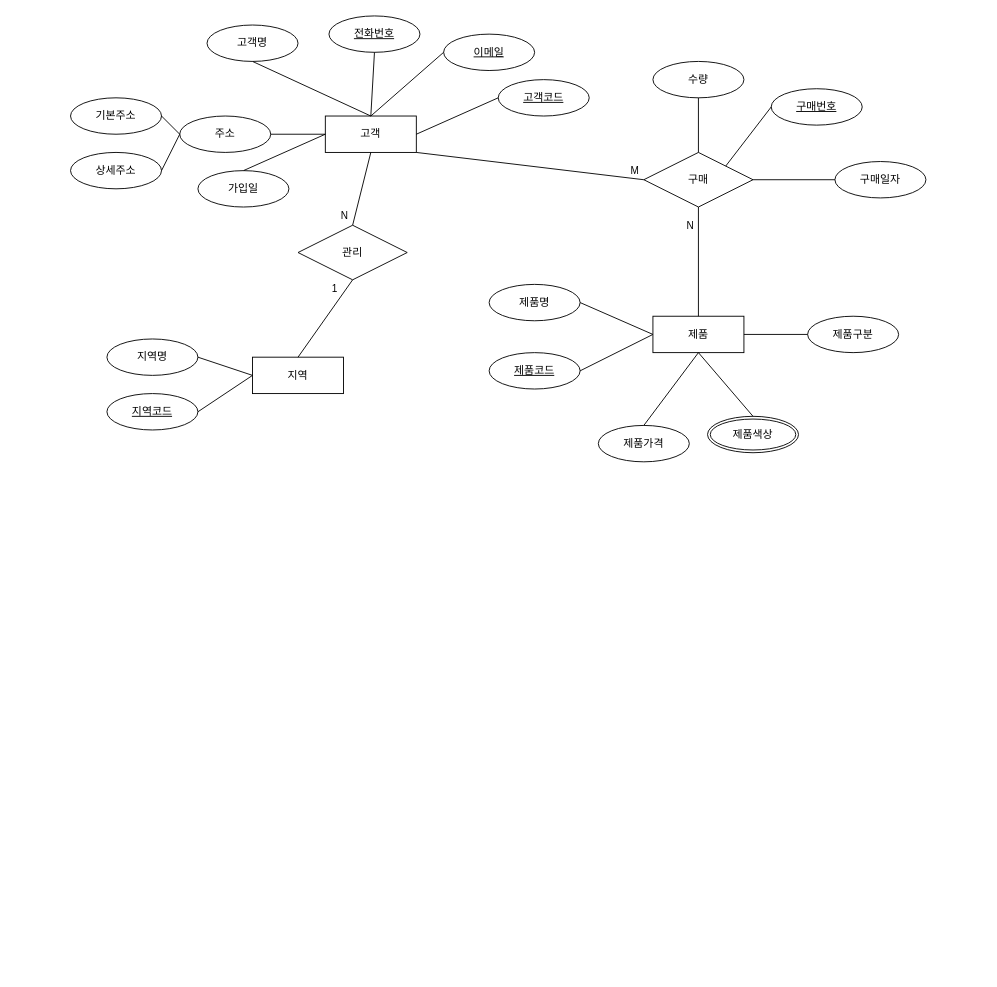
devgreact/til-lecture-erd keeps this draw.io diagram as 제목 없는 다이어그램.drawio. Above is the earlier version. Source tidied: cells renumbered, new cells numbered last; positions are measured from the earlier drawing's top-left corner, leaving out a move shared by most shapes. Both pictures are drawn from the tidied source at 91%, with x=0, y=0 at pixel (70, 15).
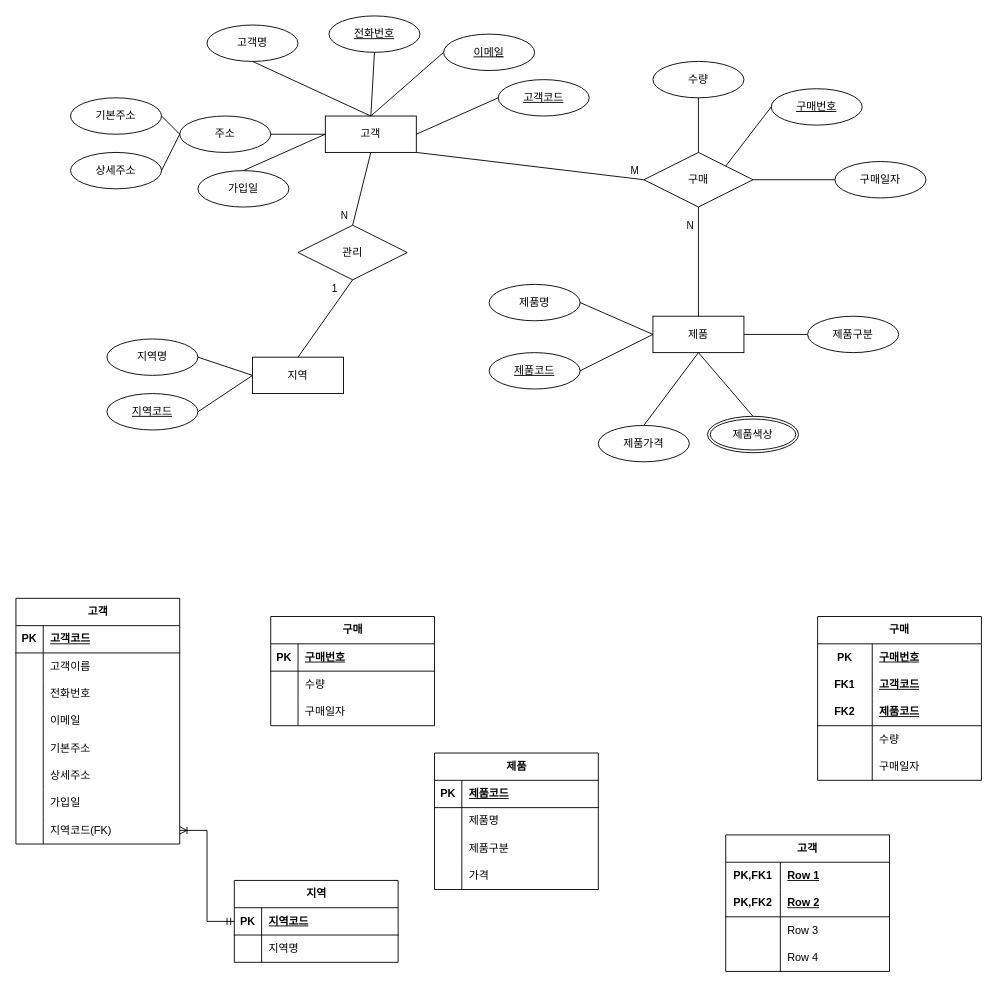
Above is the later version.

Commit message:
제목 없는 다이어그램.drawio 업데이트

What changed in the source:
```diff
@@
+    <mxCell id="51" value="고객" style="shape=table;startSize=30;childLayout=tableLayout;rowLines=0;fontStyle=1;align=center;html=1;" parent="1" vertex="1">
+      <mxGeometry x="-60" y="640" width="180" height="270" as="geometry" />
+    </mxCell>
+    <mxCell id="52" style="shape=tableRow;horizontal=0;startSize=0;swimlaneHead=0;swimlaneBody=0;fillColor=none;top=0;left=0;right=0;bottom=1;" parent="51" vertex="1">
+      <mxGeometry y="30" width="180" height="30" as="geometry" />
+    </mxCell>
+    <mxCell id="53" value="PK" style="shape=partialRectangle;fillColor=none;top=0;left=0;bottom=0;right=0;fontStyle=1;overflow=hidden;whiteSpace=wrap;html=1;" parent="52" vertex="1">
+      <mxGeometry width="30" height="30" as="geometry" />
+    </mxCell>
+    <mxCell id="54" value="고객코드" style="shape=partialRectangle;fillColor=none;top=0;left=0;bottom=0;right=0;align=left;spacingLeft=6;fontStyle=5;overflow=hidden;whiteSpace=wrap;html=1;" parent="52" vertex="1">
+      <mxGeometry x="30" width="150" height="30" as="geometry" />
+    </mxCell>
+    <mxCell id="55" style="shape=tableRow;horizontal=0;startSize=0;swimlaneHead=0;swimlaneBody=0;fillColor=none;top=0;left=0;right=0;bottom=0;" parent="51" vertex="1">
+      <mxGeometry y="60" width="180" height="30" as="geometry" />
+    </mxCell>
+    <mxCell id="56" style="shape=partialRectangle;fillColor=none;top=0;left=0;bottom=0;right=0;overflow=hidden;whiteSpace=wrap;html=1;" parent="55" vertex="1">
+      <mxGeometry width="30" height="30" as="geometry" />
+    </mxCell>
+    <mxCell id="57" value="고객이름" style="shape=partialRectangle;fillColor=none;top=0;left=0;bottom=0;right=0;align=left;spacingLeft=6;overflow=hidden;whiteSpace=wrap;html=1;" parent="55" vertex="1">
+      <mxGeometry x="30" width="150" height="30" as="geometry" />
+    </mxCell>
+    <mxCell id="58" style="shape=tableRow;horizontal=0;startSize=0;swimlaneHead=0;swimlaneBody=0;fillColor=none;top=0;left=0;right=0;bottom=0;" parent="51" vertex="1">
+      <mxGeometry y="90" width="180" height="30" as="geometry" />
+    </mxCell>
+    <mxCell id="59" style="shape=partialRectangle;fillColor=none;top=0;left=0;bottom=0;right=0;overflow=hidden;whiteSpace=wrap;html=1;" parent="58" vertex="1">
+      <mxGeometry width="30" height="30" as="geometry" />
+    </mxCell>
+    <mxCell id="60" value="전화번호" style="shape=partialRectangle;fillColor=none;top=0;left=0;bottom=0;right=0;align=left;spacingLeft=6;overflow=hidden;whiteSpace=wrap;html=1;" parent="58" vertex="1">
+      <mxGeometry x="30" width="150" height="30" as="geometry" />
+    </mxCell>
+    <mxCell id="61" style="shape=tableRow;horizontal=0;startSize=0;swimlaneHead=0;swimlaneBody=0;fillColor=none;top=0;left=0;right=0;bottom=0;" parent="51" vertex="1">
+      <mxGeometry y="120" width="180" height="30" as="geometry" />
+    </mxCell>
+    <mxCell id="62" style="shape=partialRectangle;fillColor=none;top=0;left=0;bottom=0;right=0;overflow=hidden;whiteSpace=wrap;html=1;" parent="61" vertex="1">
+      <mxGeometry width="30" height="30" as="geometry" />
+    </mxCell>
+    <mxCell id="63" value="이메일" style="shape=partialRectangle;fillColor=none;top=0;left=0;bottom=0;right=0;align=left;spacingLeft=6;overflow=hidden;whiteSpace=wrap;html=1;" parent="61" vertex="1">
+      <mxGeometry x="30" width="150" height="30" as="geometry" />
+    </mxCell>
+    <mxCell id="64" style="shape=tableRow;horizontal=0;startSize=0;swimlaneHead=0;swimlaneBody=0;fillColor=none;top=0;left=0;right=0;bottom=0;" parent="51" vertex="1">
+      <mxGeometry y="150" width="180" height="30" as="geometry" />
+    </mxCell>
+    <mxCell id="65" style="shape=partialRectangle;fillColor=none;top=0;left=0;bottom=0;right=0;overflow=hidden;whiteSpace=wrap;html=1;" parent="64" vertex="1">
+      <mxGeometry width="30" height="30" as="geometry" />
+    </mxCell>
+    <mxCell id="66" value="기본주소" style="shape=partialRectangle;fillColor=none;top=0;left=0;bottom=0;right=0;align=left;spacingLeft=6;overflow=hidden;whiteSpace=wrap;html=1;" parent="64" vertex="1">
+      <mxGeometry x="30" width="150" height="30" as="geometry" />
+    </mxCell>
+    <mxCell id="67" style="shape=tableRow;horizontal=0;startSize=0;swimlaneHead=0;swimlaneBody=0;fillColor=none;top=0;left=0;right=0;bottom=0;" parent="51" vertex="1">
+      <mxGeometry y="180" width="180" height="30" as="geometry" />
+    </mxCell>
+    <mxCell id="68" style="shape=partialRectangle;fillColor=none;top=0;left=0;bottom=0;right=0;overflow=hidden;whiteSpace=wrap;html=1;" parent="67" vertex="1">
+      <mxGeometry width="30" height="30" as="geometry" />
+    </mxCell>
+    <mxCell id="69" value="상세주소" style="shape=partialRectangle;fillColor=none;top=0;left=0;bottom=0;right=0;align=left;spacingLeft=6;overflow=hidden;whiteSpace=wrap;html=1;" parent="67" vertex="1">
+      <mxGeometry x="30" width="150" height="30" as="geometry" />
+    </mxCell>
+    <mxCell id="70" style="shape=tableRow;horizontal=0;startSize=0;swimlaneHead=0;swimlaneBody=0;fillColor=none;top=0;left=0;right=0;bottom=0;" parent="51" vertex="1">
+      <mxGeometry y="210" width="180" height="30" as="geometry" />
+    </mxCell>
+    <mxCell id="71" style="shape=partialRectangle;fillColor=none;top=0;left=0;bottom=0;right=0;overflow=hidden;whiteSpace=wrap;html=1;" parent="70" vertex="1">
+      <mxGeometry width="30" height="30" as="geometry" />
+    </mxCell>
+    <mxCell id="72" value="가입일" style="shape=partialRectangle;fillColor=none;top=0;left=0;bottom=0;right=0;align=left;spacingLeft=6;overflow=hidden;whiteSpace=wrap;html=1;" parent="70" vertex="1">
+      <mxGeometry x="30" width="150" height="30" as="geometry" />
+    </mxCell>
+    <mxCell id="73" style="shape=tableRow;horizontal=0;startSize=0;swimlaneHead=0;swimlaneBody=0;fillColor=none;points=[[0,0.5],[1,0.5]];portConstraint=eastwest;top=0;left=0;right=0;bottom=0;" parent="51" vertex="1">
+      <mxGeometry y="240" width="180" height="30" as="geometry" />
+    </mxCell>
+    <mxCell id="74" style="shape=partialRectangle;fillColor=none;top=0;left=0;bottom=0;right=0;overflow=hidden;whiteSpace=wrap;html=1;" parent="73" vertex="1">
+      <mxGeometry width="30" height="30" as="geometry" />
+    </mxCell>
+    <mxCell id="75" value="지역코드(FK)" style="shape=partialRectangle;fillColor=none;top=0;left=0;bottom=0;right=0;align=left;spacingLeft=6;overflow=hidden;whiteSpace=wrap;html=1;" parent="73" vertex="1">
+      <mxGeometry x="30" width="150" height="30" as="geometry" />
+    </mxCell>
+    <mxCell id="76" value="지역" style="shape=table;startSize=30;childLayout=tableLayout;rowLines=0;fontStyle=1;align=center;html=1;" parent="1" vertex="1">
+      <mxGeometry x="180" y="950" width="180" height="90" as="geometry" />
+    </mxCell>
+    <mxCell id="77" style="shape=tableRow;horizontal=0;startSize=0;swimlaneHead=0;swimlaneBody=0;fillColor=none;points=[[0,0.5],[1,0.5]];portConstraint=eastwest;top=0;left=0;right=0;bottom=1;" parent="76" vertex="1">
+      <mxGeometry y="30" width="180" height="30" as="geometry" />
+    </mxCell>
+    <mxCell id="78" value="PK" style="shape=partialRectangle;fillColor=none;top=0;left=0;bottom=0;right=0;fontStyle=1;overflow=hidden;whiteSpace=wrap;html=1;" parent="77" vertex="1">
+      <mxGeometry width="30" height="30" as="geometry" />
+    </mxCell>
+    <mxCell id="79" value="지역코드" style="shape=partialRectangle;fillColor=none;top=0;left=0;bottom=0;right=0;align=left;spacingLeft=6;fontStyle=5;overflow=hidden;whiteSpace=wrap;html=1;" parent="77" vertex="1">
+      <mxGeometry x="30" width="150" height="30" as="geometry" />
+    </mxCell>
+    <mxCell id="80" style="shape=tableRow;horizontal=0;startSize=0;swimlaneHead=0;swimlaneBody=0;fillColor=none;top=0;left=0;right=0;bottom=0;" parent="76" vertex="1">
+      <mxGeometry y="60" width="180" height="30" as="geometry" />
+    </mxCell>
+    <mxCell id="81" style="shape=partialRectangle;fillColor=none;top=0;left=0;bottom=0;right=0;overflow=hidden;whiteSpace=wrap;html=1;" parent="80" vertex="1">
+      <mxGeometry width="30" height="30" as="geometry" />
+    </mxCell>
+    <mxCell id="82" value="지역명" style="shape=partialRectangle;fillColor=none;top=0;left=0;bottom=0;right=0;align=left;spacingLeft=6;overflow=hidden;whiteSpace=wrap;html=1;" parent="80" vertex="1">
+      <mxGeometry x="30" width="150" height="30" as="geometry" />
+    </mxCell>
+    <mxCell id="83" value="구매" style="shape=table;startSize=30;childLayout=tableLayout;rowLines=0;fontStyle=1;align=center;html=1;" parent="1" vertex="1">
+      <mxGeometry x="220" y="660" width="180" height="120" as="geometry" />
+    </mxCell>
+    <mxCell id="84" style="shape=tableRow;horizontal=0;startSize=0;swimlaneHead=0;swimlaneBody=0;fillColor=none;top=0;left=0;right=0;bottom=1;" parent="83" vertex="1">
+      <mxGeometry y="30" width="180" height="30" as="geometry" />
+    </mxCell>
+    <mxCell id="85" value="PK" style="shape=partialRectangle;fillColor=none;top=0;left=0;bottom=0;right=0;fontStyle=1;overflow=hidden;whiteSpace=wrap;html=1;" parent="84" vertex="1">
+      <mxGeometry width="30" height="30" as="geometry" />
+    </mxCell>
+    <mxCell id="86" value="구매번호" style="shape=partialRectangle;fillColor=none;top=0;left=0;bottom=0;right=0;align=left;spacingLeft=6;fontStyle=5;overflow=hidden;whiteSpace=wrap;html=1;" parent="84" vertex="1">
+      <mxGeometry x="30" width="150" height="30" as="geometry" />
+    </mxCell>
+    <mxCell id="87" style="shape=tableRow;horizontal=0;startSize=0;swimlaneHead=0;swimlaneBody=0;fillColor=none;top=0;left=0;right=0;bottom=0;" parent="83" vertex="1">
+      <mxGeometry y="60" width="180" height="30" as="geometry" />
+    </mxCell>
+    <mxCell id="88" style="shape=partialRectangle;fillColor=none;top=0;left=0;bottom=0;right=0;overflow=hidden;whiteSpace=wrap;html=1;" parent="87" vertex="1">
+      <mxGeometry width="30" height="30" as="geometry" />
+    </mxCell>
+    <mxCell id="89" value="수량" style="shape=partialRectangle;fillColor=none;top=0;left=0;bottom=0;right=0;align=left;spacingLeft=6;overflow=hidden;whiteSpace=wrap;html=1;" parent="87" vertex="1">
+      <mxGeometry x="30" width="150" height="30" as="geometry" />
+    </mxCell>
+    <mxCell id="90" style="shape=tableRow;horizontal=0;startSize=0;swimlaneHead=0;swimlaneBody=0;fillColor=none;top=0;left=0;right=0;bottom=0;" parent="83" vertex="1">
+      <mxGeometry y="90" width="180" height="30" as="geometry" />
+    </mxCell>
+    <mxCell id="91" style="shape=partialRectangle;fillColor=none;top=0;left=0;bottom=0;right=0;overflow=hidden;whiteSpace=wrap;html=1;" parent="90" vertex="1">
+      <mxGeometry width="30" height="30" as="geometry" />
+    </mxCell>
+    <mxCell id="92" value="구매일자" style="shape=partialRectangle;fillColor=none;top=0;left=0;bottom=0;right=0;align=left;spacingLeft=6;overflow=hidden;whiteSpace=wrap;html=1;" parent="90" vertex="1">
+      <mxGeometry x="30" width="150" height="30" as="geometry" />
+    </mxCell>
+    <mxCell id="93" value="제품" style="shape=table;startSize=30;childLayout=tableLayout;rowLines=0;fontStyle=1;align=center;html=1;" parent="1" vertex="1">
+      <mxGeometry x="400" y="810" width="180" height="150" as="geometry" />
+    </mxCell>
+    <mxCell id="94" style="shape=tableRow;horizontal=0;startSize=0;swimlaneHead=0;swimlaneBody=0;fillColor=none;top=0;left=0;right=0;bottom=1;" parent="93" vertex="1">
+      <mxGeometry y="30" width="180" height="30" as="geometry" />
+    </mxCell>
+    <mxCell id="95" value="PK" style="shape=partialRectangle;fillColor=none;top=0;left=0;bottom=0;right=0;fontStyle=1;overflow=hidden;whiteSpace=wrap;html=1;" parent="94" vertex="1">
+      <mxGeometry width="30" height="30" as="geometry" />
+    </mxCell>
+    <mxCell id="96" value="제품코드" style="shape=partialRectangle;fillColor=none;top=0;left=0;bottom=0;right=0;align=left;spacingLeft=6;fontStyle=5;overflow=hidden;whiteSpace=wrap;html=1;" parent="94" vertex="1">
+      <mxGeometry x="30" width="150" height="30" as="geometry" />
+    </mxCell>
+    <mxCell id="97" style="shape=tableRow;horizontal=0;startSize=0;swimlaneHead=0;swimlaneBody=0;fillColor=none;top=0;left=0;right=0;bottom=0;" parent="93" vertex="1">
+      <mxGeometry y="60" width="180" height="30" as="geometry" />
+    </mxCell>
+    <mxCell id="98" style="shape=partialRectangle;fillColor=none;top=0;left=0;bottom=0;right=0;overflow=hidden;whiteSpace=wrap;html=1;" parent="97" vertex="1">
+      <mxGeometry width="30" height="30" as="geometry" />
+    </mxCell>
+    <mxCell id="99" value="제품명" style="shape=partialRectangle;fillColor=none;top=0;left=0;bottom=0;right=0;align=left;spacingLeft=6;overflow=hidden;whiteSpace=wrap;html=1;" parent="97" vertex="1">
+      <mxGeometry x="30" width="150" height="30" as="geometry" />
+    </mxCell>
+    <mxCell id="100" style="shape=tableRow;horizontal=0;startSize=0;swimlaneHead=0;swimlaneBody=0;fillColor=none;top=0;left=0;right=0;bottom=0;" parent="93" vertex="1">
+      <mxGeometry y="90" width="180" height="30" as="geometry" />
+    </mxCell>
+    <mxCell id="101" style="shape=partialRectangle;fillColor=none;top=0;left=0;bottom=0;right=0;overflow=hidden;whiteSpace=wrap;html=1;" parent="100" vertex="1">
+      <mxGeometry width="30" height="30" as="geometry" />
+    </mxCell>
+    <mxCell id="102" value="제품구분" style="shape=partialRectangle;fillColor=none;top=0;left=0;bottom=0;right=0;align=left;spacingLeft=6;overflow=hidden;whiteSpace=wrap;html=1;" parent="100" vertex="1">
+      <mxGeometry x="30" width="150" height="30" as="geometry" />
+    </mxCell>
+    <mxCell id="103" style="shape=tableRow;horizontal=0;startSize=0;swimlaneHead=0;swimlaneBody=0;fillColor=none;top=0;left=0;right=0;bottom=0;" parent="93" vertex="1">
+      <mxGeometry y="120" width="180" height="30" as="geometry" />
+    </mxCell>
+    <mxCell id="104" style="shape=partialRectangle;fillColor=none;top=0;left=0;bottom=0;right=0;overflow=hidden;whiteSpace=wrap;html=1;" parent="103" vertex="1">
+      <mxGeometry width="30" height="30" as="geometry" />
+    </mxCell>
+    <mxCell id="105" value="가격" style="shape=partialRectangle;fillColor=none;top=0;left=0;bottom=0;right=0;align=left;spacingLeft=6;overflow=hidden;whiteSpace=wrap;html=1;" parent="103" vertex="1">
+      <mxGeometry x="30" width="150" height="30" as="geometry" />
+    </mxCell>
+    <mxCell id="106" style="edgeStyle=entityRelationEdgeStyle;fontSize=12;html=1;endArrow=ERoneToMany;startArrow=ERmandOne;rounded=0;exitX=0;exitY=0.5;exitDx=0;exitDy=0;entryX=1;entryY=0.5;entryDx=0;entryDy=0;" parent="1" edge="1" source="77" target="73">
+      <mxGeometry relative="1" as="geometry" />
+    </mxCell>
+    <mxCell id="107" value="구매" style="shape=table;startSize=30;childLayout=tableLayout;rowLines=0;fontStyle=1;align=center;html=1;whiteSpace=wrap;" parent="1" vertex="1">
+      <mxGeometry x="821" y="660" width="180" height="180" as="geometry" />
+    </mxCell>
+    <mxCell id="108" style="shape=tableRow;horizontal=0;startSize=0;swimlaneHead=0;swimlaneBody=0;fillColor=none;top=0;left=0;right=0;bottom=0;html=1;" parent="107" vertex="1">
+      <mxGeometry y="30" width="180" height="30" as="geometry" />
+    </mxCell>
+    <mxCell id="109" value="PK" style="shape=partialRectangle;fillColor=none;top=0;left=0;bottom=0;right=0;fontStyle=1;overflow=hidden;html=1;whiteSpace=wrap;" parent="108" vertex="1">
+      <mxGeometry width="60" height="30" as="geometry" />
+    </mxCell>
+    <mxCell id="110" value="구매번호" style="shape=partialRectangle;fillColor=none;top=0;left=0;bottom=0;right=0;align=left;spacingLeft=6;fontStyle=5;overflow=hidden;html=1;whiteSpace=wrap;" parent="108" vertex="1">
+      <mxGeometry x="60" width="120" height="30" as="geometry" />
+    </mxCell>
+    <mxCell id="111" style="shape=tableRow;horizontal=0;startSize=0;swimlaneHead=0;swimlaneBody=0;fillColor=none;top=0;left=0;right=0;bottom=0;html=1;" parent="107" vertex="1">
+      <mxGeometry y="60" width="180" height="30" as="geometry" />
+    </mxCell>
+    <mxCell id="112" value="FK1" style="shape=partialRectangle;fillColor=none;top=0;left=0;bottom=0;right=0;fontStyle=1;overflow=hidden;html=1;whiteSpace=wrap;" parent="111" vertex="1">
+      <mxGeometry width="60" height="30" as="geometry" />
+    </mxCell>
+    <mxCell id="113" value="고객코드" style="shape=partialRectangle;fillColor=none;top=0;left=0;bottom=0;right=0;align=left;spacingLeft=6;fontStyle=5;overflow=hidden;html=1;whiteSpace=wrap;" parent="111" vertex="1">
+      <mxGeometry x="60" width="120" height="30" as="geometry" />
+    </mxCell>
+    <mxCell id="114" style="shape=tableRow;horizontal=0;startSize=0;swimlaneHead=0;swimlaneBody=0;fillColor=none;top=0;left=0;right=0;bottom=1;html=1;" parent="107" vertex="1">
+      <mxGeometry y="90" width="180" height="30" as="geometry" />
+    </mxCell>
+    <mxCell id="115" value="FK2" style="shape=partialRectangle;fillColor=none;top=0;left=0;bottom=0;right=0;fontStyle=1;overflow=hidden;html=1;whiteSpace=wrap;" parent="114" vertex="1">
+      <mxGeometry width="60" height="30" as="geometry" />
+    </mxCell>
+    <mxCell id="116" value="제품코드" style="shape=partialRectangle;fillColor=none;top=0;left=0;bottom=0;right=0;align=left;spacingLeft=6;fontStyle=5;overflow=hidden;html=1;whiteSpace=wrap;" parent="114" vertex="1">
+      <mxGeometry x="60" width="120" height="30" as="geometry" />
+    </mxCell>
+    <mxCell id="117" style="shape=tableRow;horizontal=0;startSize=0;swimlaneHead=0;swimlaneBody=0;fillColor=none;top=0;left=0;right=0;bottom=0;html=1;" parent="107" vertex="1">
+      <mxGeometry y="120" width="180" height="30" as="geometry" />
+    </mxCell>
+    <mxCell id="118" style="shape=partialRectangle;fillColor=none;top=0;left=0;bottom=0;right=0;overflow=hidden;html=1;whiteSpace=wrap;" parent="117" vertex="1">
+      <mxGeometry width="60" height="30" as="geometry" />
+    </mxCell>
+    <mxCell id="119" value="수량" style="shape=partialRectangle;fillColor=none;top=0;left=0;bottom=0;right=0;align=left;spacingLeft=6;overflow=hidden;html=1;whiteSpace=wrap;" parent="117" vertex="1">
+      <mxGeometry x="60" width="120" height="30" as="geometry" />
+    </mxCell>
+    <mxCell id="120" style="shape=tableRow;horizontal=0;startSize=0;swimlaneHead=0;swimlaneBody=0;fillColor=none;top=0;left=0;right=0;bottom=0;html=1;" parent="107" vertex="1">
+      <mxGeometry y="150" width="180" height="30" as="geometry" />
+    </mxCell>
+    <mxCell id="121" style="shape=partialRectangle;fillColor=none;top=0;left=0;bottom=0;right=0;overflow=hidden;html=1;whiteSpace=wrap;" parent="120" vertex="1">
+      <mxGeometry width="60" height="30" as="geometry" />
+    </mxCell>
+    <mxCell id="122" value="구매일자" style="shape=partialRectangle;fillColor=none;top=0;left=0;bottom=0;right=0;align=left;spacingLeft=6;overflow=hidden;html=1;whiteSpace=wrap;" parent="120" vertex="1">
+      <mxGeometry x="60" width="120" height="30" as="geometry" />
+    </mxCell>
+    <mxCell id="123" value="고객" style="shape=table;startSize=30;childLayout=tableLayout;rowLines=0;fontStyle=1;align=center;html=1;whiteSpace=wrap;" parent="1" vertex="1">
+      <mxGeometry x="720" y="900" width="180" height="150" as="geometry" />
+    </mxCell>
+    <mxCell id="124" style="shape=tableRow;horizontal=0;startSize=0;swimlaneHead=0;swimlaneBody=0;fillColor=none;top=0;left=0;right=0;bottom=0;html=1;" parent="123" vertex="1">
+      <mxGeometry y="30" width="180" height="30" as="geometry" />
+    </mxCell>
+    <mxCell id="125" value="PK,FK1" style="shape=partialRectangle;fillColor=none;top=0;left=0;bottom=0;right=0;fontStyle=1;overflow=hidden;html=1;whiteSpace=wrap;" parent="124" vertex="1">
+      <mxGeometry width="60" height="30" as="geometry" />
+    </mxCell>
+    <mxCell id="126" value="Row 1" style="shape=partialRectangle;fillColor=none;top=0;left=0;bottom=0;right=0;align=left;spacingLeft=6;fontStyle=5;overflow=hidden;html=1;whiteSpace=wrap;" parent="124" vertex="1">
+      <mxGeometry x="60" width="120" height="30" as="geometry" />
+    </mxCell>
+    <mxCell id="127" style="shape=tableRow;horizontal=0;startSize=0;swimlaneHead=0;swimlaneBody=0;fillColor=none;top=0;left=0;right=0;bottom=1;html=1;" parent="123" vertex="1">
+      <mxGeometry y="60" width="180" height="30" as="geometry" />
+    </mxCell>
+    <mxCell id="128" value="PK,FK2" style="shape=partialRectangle;fillColor=none;top=0;left=0;bottom=0;right=0;fontStyle=1;overflow=hidden;html=1;whiteSpace=wrap;" parent="127" vertex="1">
+      <mxGeometry width="60" height="30" as="geometry" />
+    </mxCell>
+    <mxCell id="129" value="Row 2" style="shape=partialRectangle;fillColor=none;top=0;left=0;bottom=0;right=0;align=left;spacingLeft=6;fontStyle=5;overflow=hidden;html=1;whiteSpace=wrap;" parent="127" vertex="1">
+      <mxGeometry x="60" width="120" height="30" as="geometry" />
+    </mxCell>
+    <mxCell id="130" style="shape=tableRow;horizontal=0;startSize=0;swimlaneHead=0;swimlaneBody=0;fillColor=none;top=0;left=0;right=0;bottom=0;html=1;" parent="123" vertex="1">
+      <mxGeometry y="90" width="180" height="30" as="geometry" />
+    </mxCell>
+    <mxCell id="131" style="shape=partialRectangle;fillColor=none;top=0;left=0;bottom=0;right=0;overflow=hidden;html=1;whiteSpace=wrap;" parent="130" vertex="1">
+      <mxGeometry width="60" height="30" as="geometry" />
+    </mxCell>
+    <mxCell id="132" value="Row 3" style="shape=partialRectangle;fillColor=none;top=0;left=0;bottom=0;right=0;align=left;spacingLeft=6;overflow=hidden;html=1;whiteSpace=wrap;" parent="130" vertex="1">
+      <mxGeometry x="60" width="120" height="30" as="geometry" />
+    </mxCell>
+    <mxCell id="133" style="shape=tableRow;horizontal=0;startSize=0;swimlaneHead=0;swimlaneBody=0;fillColor=none;top=0;left=0;right=0;bottom=0;html=1;" parent="123" vertex="1">
+      <mxGeometry y="120" width="180" height="30" as="geometry" />
+    </mxCell>
+    <mxCell id="134" style="shape=partialRectangle;fillColor=none;top=0;left=0;bottom=0;right=0;overflow=hidden;html=1;whiteSpace=wrap;" parent="133" vertex="1">
+      <mxGeometry width="60" height="30" as="geometry" />
+    </mxCell>
+    <mxCell id="135" value="Row 4" style="shape=partialRectangle;fillColor=none;top=0;left=0;bottom=0;right=0;align=left;spacingLeft=6;overflow=hidden;html=1;whiteSpace=wrap;" parent="133" vertex="1">
+      <mxGeometry x="60" width="120" height="30" as="geometry" />
+    </mxCell>
```
